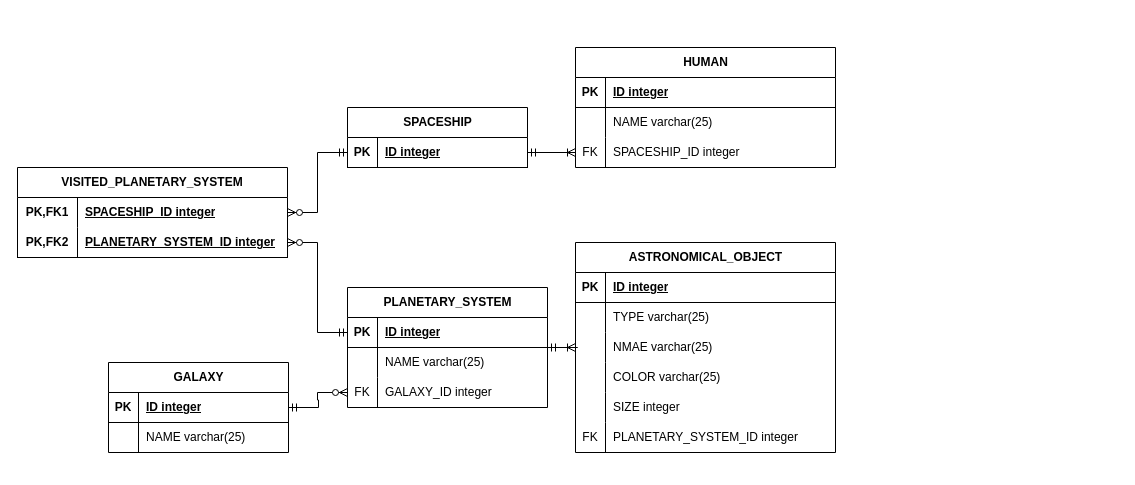
This is Report/Diagrams/diag2.drawio from tplaymeow/itmo-databases-lab1, a draw.io file, before an edit. Source tidied: cells renumbered, new cells numbered last; positions are measured from the earlier drawing's top-left corner, leaving out a move shared by most shapes. Both pictures are drawn from the tidied source at 100%, with x=0, y=0 at pixel (17, 47).
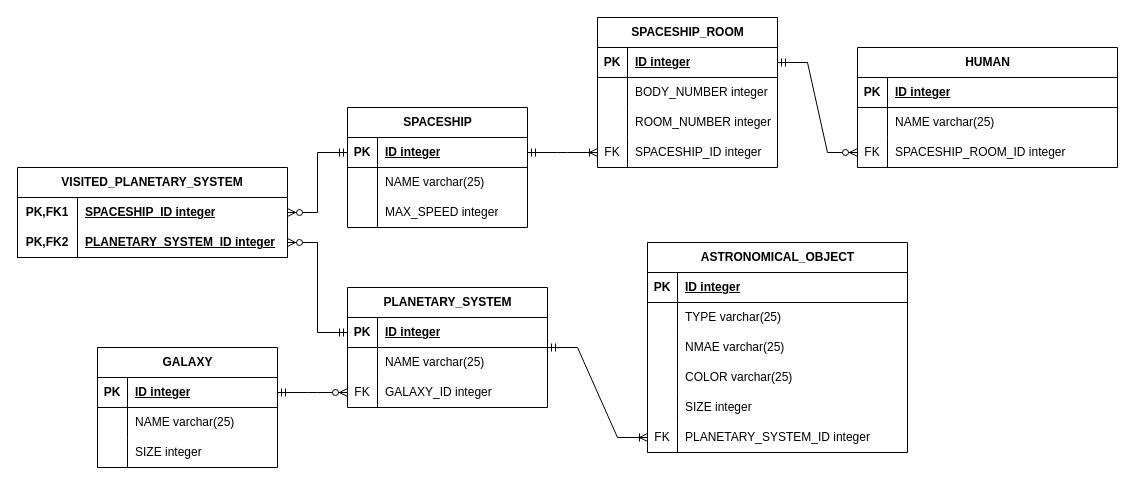
The same diagram, later.

Unchanged cells that the change refers to:
```xml
<mxCell id="9" value="PLANETARY_SYSTEM" style="shape=table;startSize=30;childLayout=tableLayout;rowLines=0;fontStyle=1;align=center;html=1;" parent="1" vertex="1">
  <mxGeometry x="330" y="240" width="200" height="120" as="geometry" />
</mxCell>
<mxCell id="16" style="shape=tableRow;horizontal=0;startSize=0;swimlaneHead=0;swimlaneBody=0;fillColor=none;points=[[0,0.5],[1,0.5]];portConstraint=eastwest;top=0;left=0;right=0;bottom=0;" parent="9" vertex="1">
  <mxGeometry y="90" width="200" height="30" as="geometry" />
</mxCell>
<mxCell id="36" style="shape=tableRow;horizontal=0;startSize=0;swimlaneHead=0;swimlaneBody=0;fillColor=none;points=[[0,0.5],[1,0.5]];portConstraint=eastwest;top=0;left=0;right=0;bottom=0;" parent="20" vertex="1">
  <mxGeometry y="180" width="260" height="30" as="geometry" />
</mxCell>
<mxCell id="46" style="shape=tableRow;horizontal=0;startSize=0;swimlaneHead=0;swimlaneBody=0;fillColor=none;points=[[0,0.5],[1,0.5]];portConstraint=eastwest;top=0;left=0;right=0;bottom=0;" parent="39" vertex="1">
  <mxGeometry y="90" width="260" height="30" as="geometry" />
</mxCell>
<mxCell id="56" style="shape=tableRow;horizontal=0;startSize=0;swimlaneHead=0;swimlaneBody=0;fillColor=none;points=[[0,0.5],[1,0.5]];portConstraint=eastwest;top=0;left=0;right=0;bottom=0;html=1;" parent="55" vertex="1">
  <mxGeometry y="30" width="270" height="30" as="geometry" />
</mxCell>
```

Diff of the diagram source:
```diff
@@
-    <mxCell id="2" value="GALAXY" style="shape=table;startSize=30;childLayout=tableLayout;rowLines=0;fontStyle=1;align=center;html=1;" parent="1" vertex="1">
-      <mxGeometry x="91" y="315" width="180" height="90" as="geometry" />
-    </mxCell>
-    <mxCell id="3" style="shape=tableRow;horizontal=0;startSize=0;swimlaneHead=0;swimlaneBody=0;fillColor=none;top=0;left=0;right=0;bottom=1;" parent="2" vertex="1">
-      <mxGeometry y="30" width="180" height="30" as="geometry" />
-    </mxCell>
-    <mxCell id="4" value="PK" style="shape=partialRectangle;fillColor=none;top=0;left=0;bottom=0;right=0;fontStyle=1;overflow=hidden;whiteSpace=wrap;html=1;" parent="3" vertex="1">
-      <mxGeometry width="30" height="30" as="geometry" />
-    </mxCell>
-    <mxCell id="5" value="ID integer" style="shape=partialRectangle;fillColor=none;top=0;left=0;bottom=0;right=0;align=left;spacingLeft=6;fontStyle=5;overflow=hidden;whiteSpace=wrap;html=1;" parent="3" vertex="1">
-      <mxGeometry x="30" width="150" height="30" as="geometry" />
-    </mxCell>
-    <mxCell id="6" style="shape=tableRow;horizontal=0;startSize=0;swimlaneHead=0;swimlaneBody=0;fillColor=none;top=0;left=0;right=0;bottom=0;" parent="2" vertex="1">
-      <mxGeometry y="60" width="180" height="30" as="geometry" />
-    </mxCell>
-    <mxCell id="7" style="shape=partialRectangle;fillColor=none;top=0;left=0;bottom=0;right=0;overflow=hidden;whiteSpace=wrap;html=1;" parent="6" vertex="1">
-      <mxGeometry width="30" height="30" as="geometry" />
-    </mxCell>
-    <mxCell id="8" value="NAME varchar(25)" style="shape=partialRectangle;fillColor=none;top=0;left=0;bottom=0;right=0;align=left;spacingLeft=6;overflow=hidden;whiteSpace=wrap;html=1;" parent="6" vertex="1">
-      <mxGeometry x="30" width="150" height="30" as="geometry" />
-    </mxCell>
@@
-    <mxCell id="19" style="edgeStyle=entityRelationEdgeStyle;fontSize=12;html=1;endArrow=ERzeroToMany;startArrow=ERmandOne;rounded=0;entryX=0;entryY=0.5;entryDx=0;entryDy=0;" parent="1" edge="1" source="2" target="16">
+    <mxCell id="19" style="edgeStyle=entityRelationEdgeStyle;fontSize=12;html=1;endArrow=ERzeroToMany;startArrow=ERmandOne;rounded=0;entryX=0;entryY=0.5;entryDx=0;entryDy=0;exitX=1;exitY=0.5;exitDx=0;exitDy=0;" parent="1" edge="1" source="87" target="16">
       <mxGeometry relative="1" as="geometry" />
     </mxCell>
     <mxCell id="20" value="ASTRONOMICAL_OBJECT" style="shape=table;startSize=30;childLayout=tableLayout;rowLines=0;fontStyle=1;align=center;html=1;" parent="1" vertex="1">
-      <mxGeometry x="558" y="195" width="260" height="210" as="geometry" />
+      <mxGeometry x="630" y="195" width="260" height="210" as="geometry" />
     </mxCell>
@@
     <mxCell id="39" value="HUMAN" style="shape=table;startSize=30;childLayout=tableLayout;rowLines=0;fontStyle=1;align=center;html=1;" parent="1" vertex="1">
-      <mxGeometry x="558" width="260" height="120" as="geometry" />
+      <mxGeometry x="840" width="260" height="120" as="geometry" />
     </mxCell>
@@
-    <mxCell id="48" value="SPACESHIP_ID&amp;nbsp;integer" style="shape=partialRectangle;fillColor=none;top=0;left=0;bottom=0;right=0;align=left;spacingLeft=6;overflow=hidden;whiteSpace=wrap;html=1;" parent="46" vertex="1">
+    <mxCell id="48" value="SPACESHIP_ROOM_ID integer" style="shape=partialRectangle;fillColor=none;top=0;left=0;bottom=0;right=0;align=left;spacingLeft=6;overflow=hidden;whiteSpace=wrap;html=1;" parent="46" vertex="1">
       <mxGeometry x="30" width="230" height="30" as="geometry" />
     </mxCell>
-    <mxCell id="49" value="SPACESHIP" style="shape=table;startSize=30;childLayout=tableLayout;rowLines=0;fontStyle=1;align=center;html=1;" parent="1" vertex="1">
-      <mxGeometry x="330" y="60" width="180" height="60" as="geometry" />
-    </mxCell>
-    <mxCell id="50" style="shape=tableRow;horizontal=0;startSize=0;swimlaneHead=0;swimlaneBody=0;fillColor=none;points=[[0,0.5],[1,0.5]];portConstraint=eastwest;top=0;left=0;right=0;bottom=1;" parent="49" vertex="1">
-      <mxGeometry y="30" width="180" height="30" as="geometry" />
-    </mxCell>
-    <mxCell id="51" value="PK" style="shape=partialRectangle;fillColor=none;top=0;left=0;bottom=0;right=0;fontStyle=1;overflow=hidden;whiteSpace=wrap;html=1;" parent="50" vertex="1">
-      <mxGeometry width="30" height="30" as="geometry" />
-    </mxCell>
-    <mxCell id="52" value="ID integer" style="shape=partialRectangle;fillColor=none;top=0;left=0;bottom=0;right=0;align=left;spacingLeft=6;fontStyle=5;overflow=hidden;whiteSpace=wrap;html=1;" parent="50" vertex="1">
-      <mxGeometry x="30" width="150" height="30" as="geometry" />
-    </mxCell>
-    <mxCell id="53" style="edgeStyle=entityRelationEdgeStyle;fontSize=12;html=1;endArrow=ERoneToMany;startArrow=ERmandOne;rounded=0;entryX=0;entryY=0.5;entryDx=0;entryDy=0;exitX=1;exitY=0.5;exitDx=0;exitDy=0;" parent="1" edge="1" source="50" target="46">
+    <mxCell id="53" style="edgeStyle=entityRelationEdgeStyle;fontSize=12;html=1;endArrow=ERoneToMany;startArrow=ERmandOne;rounded=0;entryX=0;entryY=0.5;entryDx=0;entryDy=0;exitX=1;exitY=0.5;exitDx=0;exitDy=0;" parent="1" edge="1" source="64" target="84">
       <mxGeometry relative="1" as="geometry" />
     </mxCell>
-    <mxCell id="54" style="edgeStyle=entityRelationEdgeStyle;fontSize=12;html=1;endArrow=ERoneToMany;startArrow=ERmandOne;rounded=0;" parent="1" edge="1" source="9" target="20">
+    <mxCell id="54" style="edgeStyle=entityRelationEdgeStyle;fontSize=12;html=1;endArrow=ERoneToMany;startArrow=ERmandOne;rounded=0;entryX=0;entryY=0.5;entryDx=0;entryDy=0;" parent="1" edge="1" source="9" target="36">
       <mxGeometry relative="1" as="geometry" />
     </mxCell>
@@
-    <mxCell id="62" style="edgeStyle=entityRelationEdgeStyle;fontSize=12;html=1;endArrow=ERzeroToMany;startArrow=ERmandOne;rounded=0;entryX=1;entryY=0.5;entryDx=0;entryDy=0;exitX=0;exitY=0.5;exitDx=0;exitDy=0;" parent="1" edge="1" source="50" target="56">
+    <mxCell id="62" style="edgeStyle=entityRelationEdgeStyle;fontSize=12;html=1;endArrow=ERzeroToMany;startArrow=ERmandOne;rounded=0;entryX=1;entryY=0.5;entryDx=0;entryDy=0;exitX=0;exitY=0.5;exitDx=0;exitDy=0;" parent="1" edge="1" source="64" target="56">
       <mxGeometry relative="1" as="geometry" />
     </mxCell>
@@
+    <mxCell id="49" value="SPACESHIP" style="shape=table;startSize=30;childLayout=tableLayout;rowLines=0;fontStyle=1;align=center;html=1;" parent="1" vertex="1">
+      <mxGeometry x="330" y="60" width="180" height="120" as="geometry" />
+    </mxCell>
+    <mxCell id="64" style="shape=tableRow;horizontal=0;startSize=0;swimlaneHead=0;swimlaneBody=0;fillColor=none;points=[[0,0.5],[1,0.5]];portConstraint=eastwest;top=0;left=0;right=0;bottom=1;" parent="49" vertex="1">
+      <mxGeometry y="30" width="180" height="30" as="geometry" />
+    </mxCell>
+    <mxCell id="65" value="PK" style="shape=partialRectangle;fillColor=none;top=0;left=0;bottom=0;right=0;fontStyle=1;overflow=hidden;whiteSpace=wrap;html=1;" parent="64" vertex="1">
+      <mxGeometry width="30" height="30" as="geometry" />
+    </mxCell>
+    <mxCell id="66" value="ID integer" style="shape=partialRectangle;fillColor=none;top=0;left=0;bottom=0;right=0;align=left;spacingLeft=6;fontStyle=5;overflow=hidden;whiteSpace=wrap;html=1;" parent="64" vertex="1">
+      <mxGeometry x="30" width="150" height="30" as="geometry" />
+    </mxCell>
+    <mxCell id="67" style="shape=tableRow;horizontal=0;startSize=0;swimlaneHead=0;swimlaneBody=0;fillColor=none;top=0;left=0;right=0;bottom=0;" parent="49" vertex="1">
+      <mxGeometry y="60" width="180" height="30" as="geometry" />
+    </mxCell>
+    <mxCell id="68" style="shape=partialRectangle;fillColor=none;top=0;left=0;bottom=0;right=0;overflow=hidden;whiteSpace=wrap;html=1;" parent="67" vertex="1">
+      <mxGeometry width="30" height="30" as="geometry" />
+    </mxCell>
+    <mxCell id="69" value="NAME varchar(25)" style="shape=partialRectangle;fillColor=none;top=0;left=0;bottom=0;right=0;align=left;spacingLeft=6;overflow=hidden;whiteSpace=wrap;html=1;" parent="67" vertex="1">
+      <mxGeometry x="30" width="150" height="30" as="geometry" />
+    </mxCell>
+    <mxCell id="70" style="shape=tableRow;horizontal=0;startSize=0;swimlaneHead=0;swimlaneBody=0;fillColor=none;top=0;left=0;right=0;bottom=0;" parent="49" vertex="1">
+      <mxGeometry y="90" width="180" height="30" as="geometry" />
+    </mxCell>
+    <mxCell id="71" style="shape=partialRectangle;fillColor=none;top=0;left=0;bottom=0;right=0;overflow=hidden;whiteSpace=wrap;html=1;" parent="70" vertex="1">
+      <mxGeometry width="30" height="30" as="geometry" />
+    </mxCell>
+    <mxCell id="72" value="MAX_SPEED integer" style="shape=partialRectangle;fillColor=none;top=0;left=0;bottom=0;right=0;align=left;spacingLeft=6;overflow=hidden;whiteSpace=wrap;html=1;" parent="70" vertex="1">
+      <mxGeometry x="30" width="150" height="30" as="geometry" />
+    </mxCell>
+    <mxCell id="73" style="edgeStyle=entityRelationEdgeStyle;fontSize=12;html=1;endArrow=ERzeroToMany;startArrow=ERmandOne;rounded=0;entryX=0;entryY=0.5;entryDx=0;entryDy=0;exitX=1;exitY=0.5;exitDx=0;exitDy=0;" parent="1" edge="1" source="75" target="46">
+      <mxGeometry relative="1" as="geometry" />
+    </mxCell>
+    <mxCell id="74" value="SPACESHIP_ROOM" style="shape=table;startSize=30;childLayout=tableLayout;rowLines=0;fontStyle=1;align=center;html=1;" parent="1" vertex="1">
+      <mxGeometry x="580" y="-30" width="180" height="150" as="geometry" />
+    </mxCell>
+    <mxCell id="75" style="shape=tableRow;horizontal=0;startSize=0;swimlaneHead=0;swimlaneBody=0;fillColor=none;points=[[0,0.5],[1,0.5]];portConstraint=eastwest;top=0;left=0;right=0;bottom=1;" parent="74" vertex="1">
+      <mxGeometry y="30" width="180" height="30" as="geometry" />
+    </mxCell>
+    <mxCell id="76" value="PK" style="shape=partialRectangle;fillColor=none;top=0;left=0;bottom=0;right=0;fontStyle=1;overflow=hidden;whiteSpace=wrap;html=1;" parent="75" vertex="1">
+      <mxGeometry width="30" height="30" as="geometry" />
+    </mxCell>
+    <mxCell id="77" value="ID integer" style="shape=partialRectangle;fillColor=none;top=0;left=0;bottom=0;right=0;align=left;spacingLeft=6;fontStyle=5;overflow=hidden;whiteSpace=wrap;html=1;" parent="75" vertex="1">
+      <mxGeometry x="30" width="150" height="30" as="geometry" />
+    </mxCell>
+    <mxCell id="78" style="shape=tableRow;horizontal=0;startSize=0;swimlaneHead=0;swimlaneBody=0;fillColor=none;top=0;left=0;right=0;bottom=0;" parent="74" vertex="1">
+      <mxGeometry y="60" width="180" height="30" as="geometry" />
+    </mxCell>
+    <mxCell id="79" style="shape=partialRectangle;fillColor=none;top=0;left=0;bottom=0;right=0;overflow=hidden;whiteSpace=wrap;html=1;" parent="78" vertex="1">
+      <mxGeometry width="30" height="30" as="geometry" />
+    </mxCell>
+    <mxCell id="80" value="BODY_NUMBER integer" style="shape=partialRectangle;fillColor=none;top=0;left=0;bottom=0;right=0;align=left;spacingLeft=6;overflow=hidden;whiteSpace=wrap;html=1;" parent="78" vertex="1">
+      <mxGeometry x="30" width="150" height="30" as="geometry" />
+    </mxCell>
+    <mxCell id="81" style="shape=tableRow;horizontal=0;startSize=0;swimlaneHead=0;swimlaneBody=0;fillColor=none;top=0;left=0;right=0;bottom=0;" parent="74" vertex="1">
+      <mxGeometry y="90" width="180" height="30" as="geometry" />
+    </mxCell>
+    <mxCell id="82" style="shape=partialRectangle;fillColor=none;top=0;left=0;bottom=0;right=0;overflow=hidden;whiteSpace=wrap;html=1;" parent="81" vertex="1">
+      <mxGeometry width="30" height="30" as="geometry" />
+    </mxCell>
+    <mxCell id="83" value="ROOM_NUMBER integer" style="shape=partialRectangle;fillColor=none;top=0;left=0;bottom=0;right=0;align=left;spacingLeft=6;overflow=hidden;whiteSpace=wrap;html=1;" parent="81" vertex="1">
+      <mxGeometry x="30" width="150" height="30" as="geometry" />
+    </mxCell>
+    <mxCell id="84" style="shape=tableRow;horizontal=0;startSize=0;swimlaneHead=0;swimlaneBody=0;fillColor=none;points=[[0,0.5],[1,0.5]];portConstraint=eastwest;top=0;left=0;right=0;bottom=0;" parent="74" vertex="1">
+      <mxGeometry y="120" width="180" height="30" as="geometry" />
+    </mxCell>
+    <mxCell id="85" value="FK" style="shape=partialRectangle;fillColor=none;top=0;left=0;bottom=0;right=0;overflow=hidden;whiteSpace=wrap;html=1;" parent="84" vertex="1">
+      <mxGeometry width="30" height="30" as="geometry" />
+    </mxCell>
+    <mxCell id="86" value="SPACESHIP_ID integer" style="shape=partialRectangle;fillColor=none;top=0;left=0;bottom=0;right=0;align=left;spacingLeft=6;overflow=hidden;whiteSpace=wrap;html=1;" parent="84" vertex="1">
+      <mxGeometry x="30" width="150" height="30" as="geometry" />
+    </mxCell>
+    <mxCell id="2" value="GALAXY" style="shape=table;startSize=30;childLayout=tableLayout;rowLines=0;fontStyle=1;align=center;html=1;" parent="1" vertex="1">
+      <mxGeometry x="80" y="300" width="180" height="120" as="geometry" />
+    </mxCell>
+    <mxCell id="87" style="shape=tableRow;horizontal=0;startSize=0;swimlaneHead=0;swimlaneBody=0;fillColor=none;points=[[0,0.5],[1,0.5]];portConstraint=eastwest;top=0;left=0;right=0;bottom=1;" parent="2" vertex="1">
+      <mxGeometry y="30" width="180" height="30" as="geometry" />
+    </mxCell>
+    <mxCell id="88" value="PK" style="shape=partialRectangle;fillColor=none;top=0;left=0;bottom=0;right=0;fontStyle=1;overflow=hidden;whiteSpace=wrap;html=1;" parent="87" vertex="1">
+      <mxGeometry width="30" height="30" as="geometry" />
+    </mxCell>
+    <mxCell id="89" value="ID integer" style="shape=partialRectangle;fillColor=none;top=0;left=0;bottom=0;right=0;align=left;spacingLeft=6;fontStyle=5;overflow=hidden;whiteSpace=wrap;html=1;" parent="87" vertex="1">
+      <mxGeometry x="30" width="150" height="30" as="geometry" />
+    </mxCell>
+    <mxCell id="90" style="shape=tableRow;horizontal=0;startSize=0;swimlaneHead=0;swimlaneBody=0;fillColor=none;top=0;left=0;right=0;bottom=0;" parent="2" vertex="1">
+      <mxGeometry y="60" width="180" height="30" as="geometry" />
+    </mxCell>
+    <mxCell id="91" style="shape=partialRectangle;fillColor=none;top=0;left=0;bottom=0;right=0;overflow=hidden;whiteSpace=wrap;html=1;" parent="90" vertex="1">
+      <mxGeometry width="30" height="30" as="geometry" />
+    </mxCell>
+    <mxCell id="92" value="NAME varchar(25)" style="shape=partialRectangle;fillColor=none;top=0;left=0;bottom=0;right=0;align=left;spacingLeft=6;overflow=hidden;whiteSpace=wrap;html=1;" parent="90" vertex="1">
+      <mxGeometry x="30" width="150" height="30" as="geometry" />
+    </mxCell>
+    <mxCell id="93" style="shape=tableRow;horizontal=0;startSize=0;swimlaneHead=0;swimlaneBody=0;fillColor=none;top=0;left=0;right=0;bottom=0;" parent="2" vertex="1">
+      <mxGeometry y="90" width="180" height="30" as="geometry" />
+    </mxCell>
+    <mxCell id="94" style="shape=partialRectangle;fillColor=none;top=0;left=0;bottom=0;right=0;overflow=hidden;whiteSpace=wrap;html=1;" parent="93" vertex="1">
+      <mxGeometry width="30" height="30" as="geometry" />
+    </mxCell>
+    <mxCell id="95" value="SIZE integer" style="shape=partialRectangle;fillColor=none;top=0;left=0;bottom=0;right=0;align=left;spacingLeft=6;overflow=hidden;whiteSpace=wrap;html=1;" parent="93" vertex="1">
+      <mxGeometry x="30" width="150" height="30" as="geometry" />
+    </mxCell>
```
